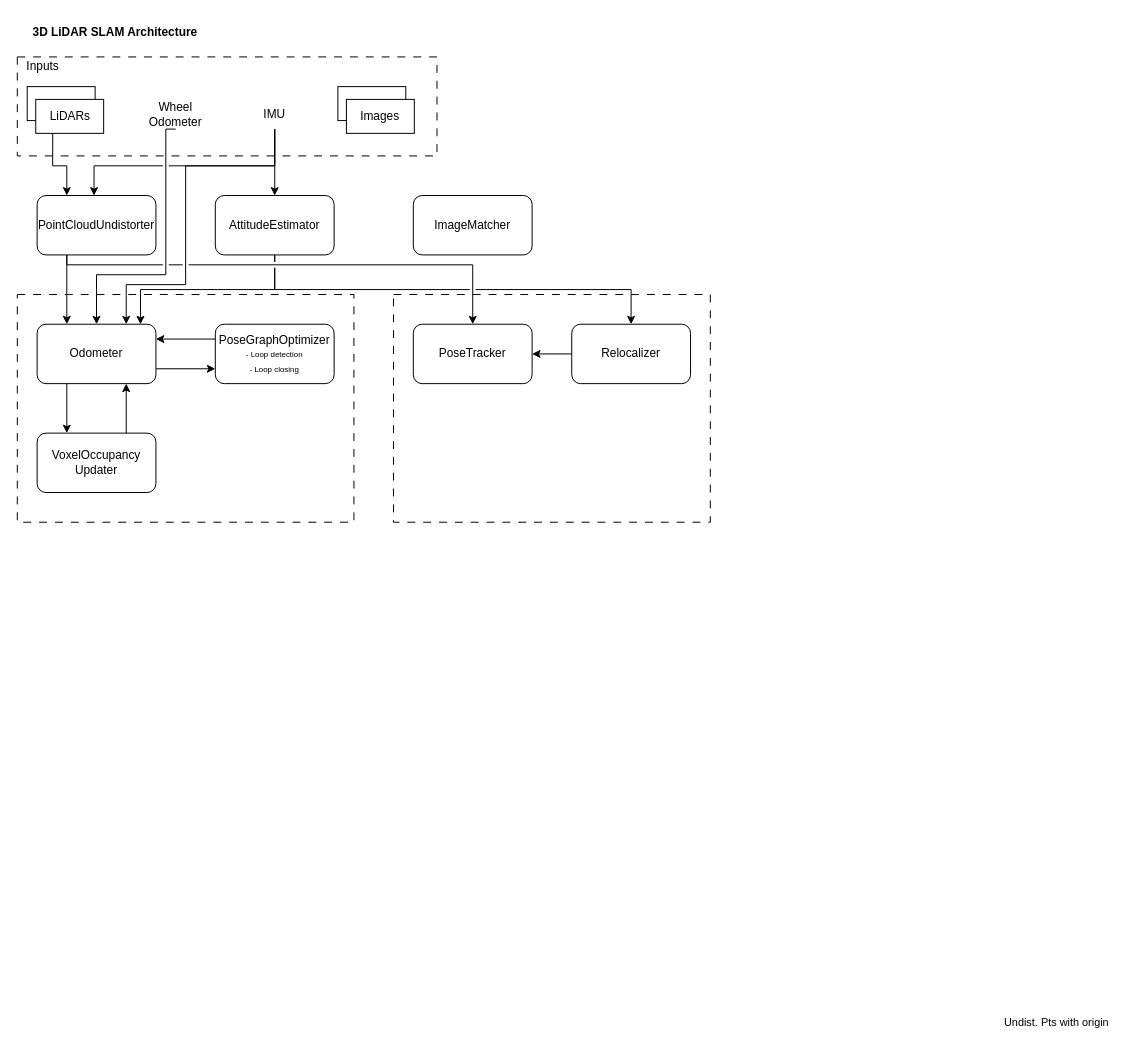
Above: 3D SLAM.drawio in chkim-holiday/draw_io_storage (draw.io), before the change. Source tidied: cells renumbered, new cells numbered last; positions are measured from the earlier drawing's top-left corner, leaving out a move shared by most shapes. Both pictures are drawn from the tidied source at 99%, with x=0, y=0 at pixel (17, 17).
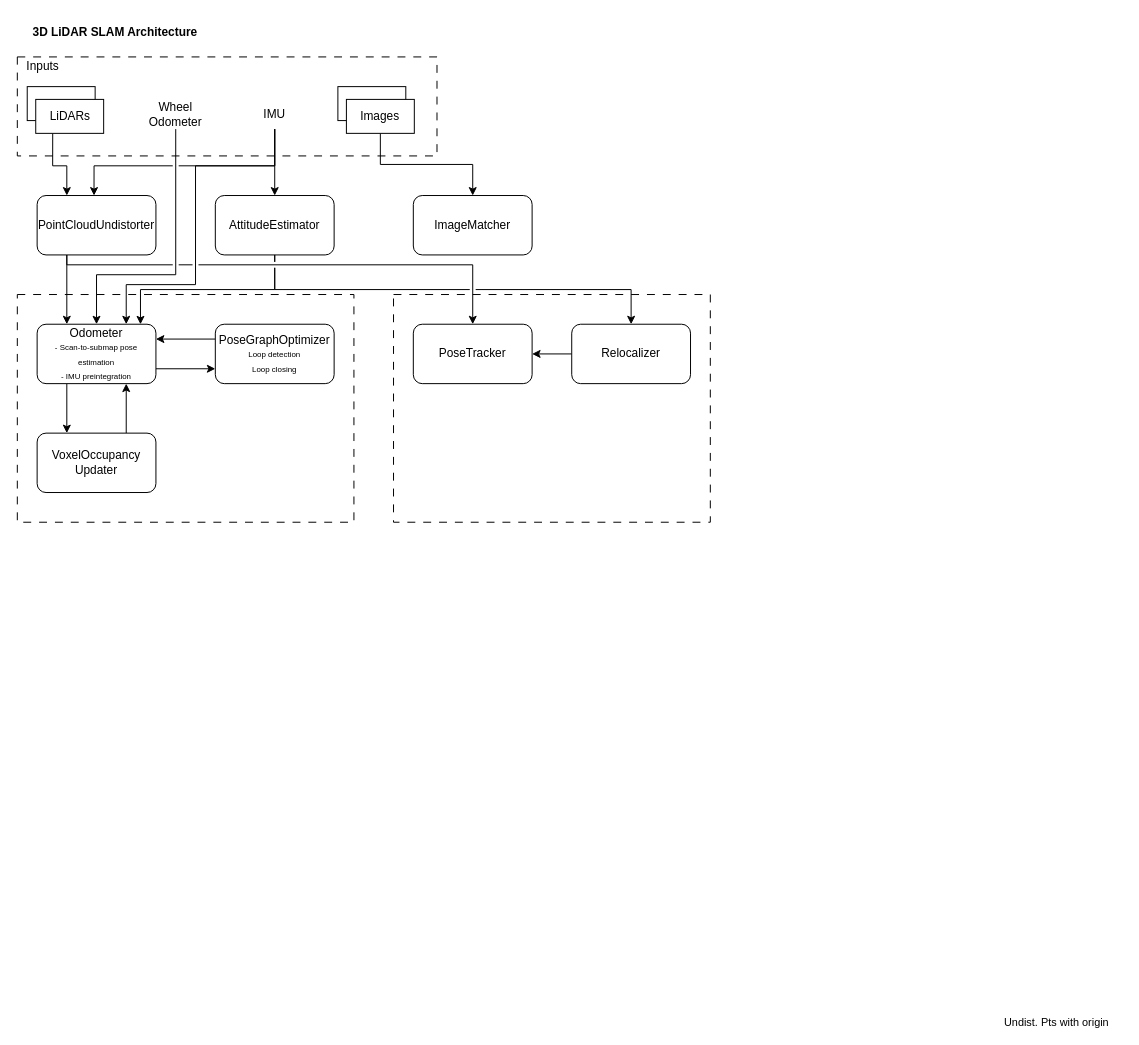
After the change.

Unchanged cells that the change refers to:
```xml
<mxCell id="7" value="IMU" style="text;html=1;whiteSpace=wrap;strokeColor=none;fillColor=none;align=center;verticalAlign=middle;rounded=0;" parent="1" vertex="1">
  <mxGeometry x="240" y="82.9" width="40" height="30" as="geometry" />
</mxCell>
<mxCell id="9" value="Wheel&lt;br&gt;Odometer" style="text;html=1;whiteSpace=wrap;strokeColor=none;fillColor=none;align=center;verticalAlign=middle;rounded=0;" parent="1" vertex="1">
  <mxGeometry x="140" y="82.9" width="40" height="30" as="geometry" />
</mxCell>
<mxCell id="17" value="Images" style="rounded=0;whiteSpace=wrap;html=1;" parent="1" vertex="1">
  <mxGeometry x="332.4" y="82.9" width="68.6" height="34.3" as="geometry" />
</mxCell>
<mxCell id="35" value="ImageMatcher" style="rounded=1;whiteSpace=wrap;html=1;" parent="1" vertex="1">
  <mxGeometry x="400" y="180" width="120" height="60" as="geometry" />
</mxCell>
```

Change to the diagram source:
```diff
@@
     <mxCell id="6" style="edgeStyle=orthogonalEdgeStyle;shape=connector;rounded=0;jumpStyle=gap;jettySize=auto;html=1;exitX=0.5;exitY=1;exitDx=0;exitDy=0;entryX=0.75;entryY=0;entryDx=0;entryDy=0;strokeColor=default;align=center;verticalAlign=middle;fontFamily=Helvetica;fontSize=11;fontColor=default;labelBackgroundColor=default;endArrow=classic;" parent="1" edge="1" source="7" target="33">
       <mxGeometry relative="1" as="geometry">
         <Array as="points">
           <mxPoint x="260" y="150" />
-          <mxPoint x="170" y="150" />
-          <mxPoint x="170" y="270" />
+          <mxPoint x="180" y="150" />
+          <mxPoint x="180" y="270" />
           <mxPoint x="110" y="270" />
         </Array>
       </mxGeometry>
     </mxCell>
@@
     <mxCell id="8" style="edgeStyle=orthogonalEdgeStyle;shape=connector;rounded=0;jumpStyle=gap;jettySize=auto;html=1;exitX=0.5;exitY=1;exitDx=0;exitDy=0;entryX=0.5;entryY=0;entryDx=0;entryDy=0;strokeColor=default;align=center;verticalAlign=middle;fontFamily=Helvetica;fontSize=11;fontColor=default;labelBackgroundColor=default;endArrow=classic;" parent="1" edge="1" source="9" target="33">
       <mxGeometry relative="1" as="geometry">
         <Array as="points">
-          <mxPoint x="150" y="113" />
-          <mxPoint x="150" y="260" />
+          <mxPoint x="160" y="260" />
           <mxPoint x="80" y="260" />
         </Array>
       </mxGeometry>
     </mxCell>
@@
+    <mxCell id="36" style="edgeStyle=orthogonalEdgeStyle;shape=connector;rounded=0;jumpStyle=gap;jettySize=auto;html=1;exitX=0.5;exitY=1;exitDx=0;exitDy=0;entryX=0.5;entryY=0;entryDx=0;entryDy=0;strokeColor=default;align=center;verticalAlign=middle;fontFamily=Helvetica;fontSize=11;fontColor=default;labelBackgroundColor=default;endArrow=classic;" parent="1" edge="1" source="17" target="35">
+      <mxGeometry relative="1" as="geometry" />
+    </mxCell>
@@
-    <mxCell id="24" value="PoseGraphOptimizer&lt;div&gt;&lt;font style=&quot;font-size: 8px;&quot;&gt;- Loop detection&lt;/font&gt;&lt;/div&gt;&lt;div&gt;&lt;font style=&quot;font-size: 8px;&quot;&gt;- Loop closing&lt;/font&gt;&lt;/div&gt;" style="rounded=1;whiteSpace=wrap;html=1;" parent="1" vertex="1">
+    <mxCell id="24" value="PoseGraphOptimizer&lt;div&gt;&lt;font style=&quot;font-size: 8px;&quot;&gt;Loop detection&lt;/font&gt;&lt;/div&gt;&lt;div&gt;&lt;font style=&quot;font-size: 8px;&quot;&gt;Loop closing&lt;/font&gt;&lt;/div&gt;" style="rounded=1;whiteSpace=wrap;html=1;" parent="1" vertex="1">
       <mxGeometry x="200" y="310" width="120" height="60" as="geometry" />
     </mxCell>
@@
-    <mxCell id="33" value="Odometer" style="rounded=1;whiteSpace=wrap;html=1;" parent="1" vertex="1">
+    <mxCell id="33" value="Odometer&lt;div&gt;&lt;font style=&quot;font-size: 8px;&quot;&gt;- Scan-to-submap pose estimation&lt;/font&gt;&lt;/div&gt;&lt;div&gt;&lt;font style=&quot;font-size: 8px;&quot;&gt;- IMU preintegration&lt;/font&gt;&lt;/div&gt;" style="rounded=1;whiteSpace=wrap;html=1;" parent="1" vertex="1">
       <mxGeometry x="20" y="310" width="120" height="60" as="geometry" />
     </mxCell>
```
